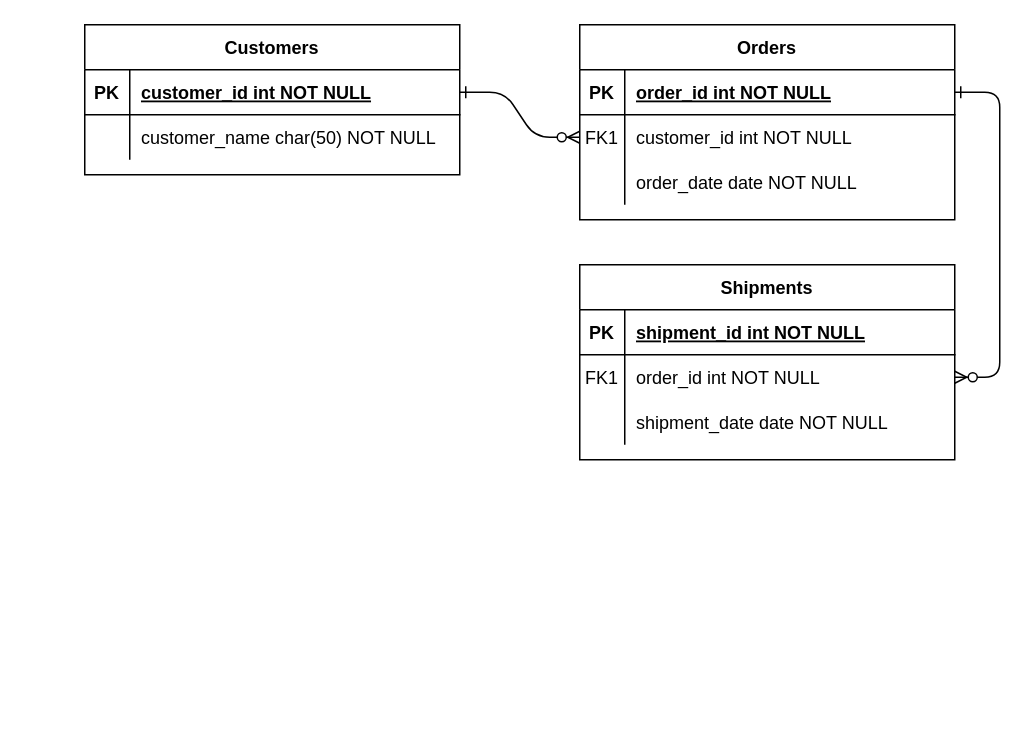
This is src/DB/database/名称未設定ファイル.drawio from y3kh6s03/APPRENTICE_QUEST, a draw.io file, before an edit. Source tidied: cells renumbered, new cells numbered last; positions are measured from the earlier drawing's top-left corner, leaving out a move shared by most shapes. Both pictures are drawn from the tidied source at 150%, with x=0, y=0 at pixel (84, 24).
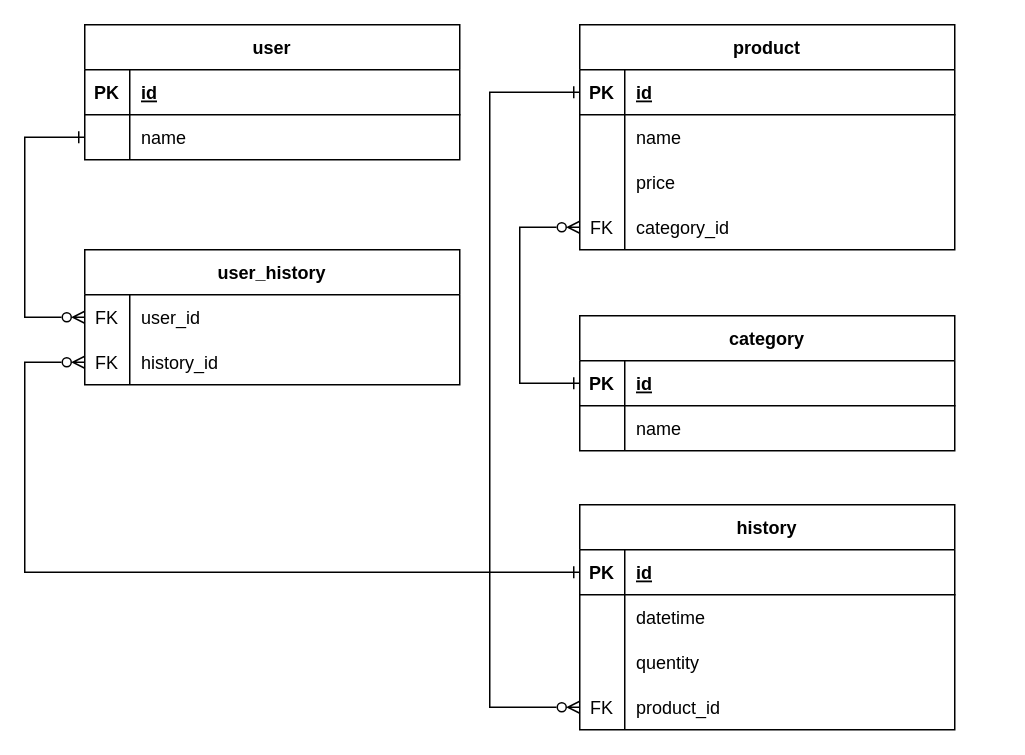
The same page after the edit.

Commit message:
ec_er.drawio を更新します

Unchanged cells that the change refers to:
```xml
<mxCell id="5" style="shape=partialRectangle;fillColor=none;points=[[0,0.5],[1,0.5]];portConstraint=eastwest;top=0;left=0;right=0;bottom=1;" parent="4" vertex="1">
  <mxGeometry y="30" width="250" height="30" as="geometry" />
</mxCell>
<mxCell id="8" style="shape=partialRectangle;fillColor=none;points=[[0,0.5],[1,0.5]];portConstraint=eastwest;top=0;left=0;right=0;bottom=0;" parent="4" vertex="1">
  <mxGeometry y="60" width="250" height="30" as="geometry" />
</mxCell>
<mxCell id="11" style="shape=partialRectangle;fillColor=none;top=0;left=0;right=0;bottom=0;" parent="4" vertex="1">
  <mxGeometry y="90" width="250" height="30" as="geometry" />
</mxCell>
<mxCell id="15" style="shape=partialRectangle;fillColor=none;points=[[0,0.5],[1,0.5]];portConstraint=eastwest;top=0;left=0;right=0;bottom=1;" parent="14" vertex="1">
  <mxGeometry y="30" width="250" height="30" as="geometry" />
</mxCell>
<mxCell id="18" style="shape=partialRectangle;fillColor=none;points=[[0,0.5],[1,0.5]];portConstraint=eastwest;top=0;left=0;right=0;bottom=0;" parent="14" vertex="1">
  <mxGeometry y="60" width="250" height="30" as="geometry" />
</mxCell>
<mxCell id="25" style="shape=partialRectangle;fillColor=none;points=[[0,0.5],[1,0.5]];portConstraint=eastwest;top=0;left=0;right=0;bottom=1;" parent="24" vertex="1">
  <mxGeometry y="30" width="250" height="30" as="geometry" />
</mxCell>
<mxCell id="28" style="shape=partialRectangle;fillColor=none;top=0;left=0;right=0;bottom=0;" parent="24" vertex="1">
  <mxGeometry y="60" width="250" height="30" as="geometry" />
</mxCell>
```

Change to the diagram source:
```diff
@@
-    <mxCell id="2" style="edgeStyle=entityRelationEdgeStyle;endArrow=ERzeroToMany;startArrow=ERone;endFill=1;startFill=0;" parent="1" edge="1" source="25" target="8">
-      <mxGeometry relative="1" as="geometry" />
-    </mxCell>
-    <mxCell id="3" style="edgeStyle=entityRelationEdgeStyle;endArrow=ERzeroToMany;startArrow=ERone;endFill=1;startFill=0;" parent="1" edge="1" source="5" target="18">
-      <mxGeometry relative="1" as="geometry" />
-    </mxCell>
-    <mxCell id="4" value="Orders" style="shape=table;startSize=30;childLayout=tableLayout;rowLines=0;fontStyle=1;align=center;" parent="1" vertex="1">
-      <mxGeometry x="330" width="250" height="130" as="geometry" />
+    <mxCell id="4" value="product" style="shape=table;startSize=30;childLayout=tableLayout;rowLines=0;fontStyle=1;align=center;" parent="1" vertex="1">
+      <mxGeometry x="330" width="250" height="150" as="geometry" />
     </mxCell>
@@
-    <mxCell id="7" value="order_id int NOT NULL " style="shape=partialRectangle;overflow=hidden;fillColor=none;top=0;left=0;bottom=0;right=0;align=left;spacingLeft=6;fontStyle=5;" parent="5" vertex="1">
+    <mxCell id="7" value="id" style="shape=partialRectangle;overflow=hidden;fillColor=none;top=0;left=0;bottom=0;right=0;align=left;spacingLeft=6;fontStyle=5;" parent="5" vertex="1">
       <mxGeometry x="30" width="220" height="30" as="geometry" />
     </mxCell>
@@
-    <mxCell id="9" value="FK1" style="shape=partialRectangle;overflow=hidden;fillColor=none;top=0;left=0;bottom=0;right=0;" parent="8" vertex="1">
+    <mxCell id="9" style="shape=partialRectangle;overflow=hidden;fillColor=none;top=0;left=0;bottom=0;right=0;" parent="8" vertex="1">
       <mxGeometry width="30" height="30" as="geometry" />
     </mxCell>
-    <mxCell id="10" value="customer_id int NOT NULL" style="shape=partialRectangle;overflow=hidden;fillColor=none;top=0;left=0;bottom=0;right=0;align=left;spacingLeft=6;" parent="8" vertex="1">
+    <mxCell id="10" value="name" style="shape=partialRectangle;overflow=hidden;fillColor=none;top=0;left=0;bottom=0;right=0;align=left;spacingLeft=6;" parent="8" vertex="1">
       <mxGeometry x="30" width="220" height="30" as="geometry" />
     </mxCell>
@@
-    <mxCell id="13" value="order_date date NOT NULL" style="shape=partialRectangle;overflow=hidden;fillColor=none;top=0;left=0;bottom=0;right=0;align=left;spacingLeft=6;" parent="11" vertex="1">
+    <mxCell id="13" value="price" style="shape=partialRectangle;overflow=hidden;fillColor=none;top=0;left=0;bottom=0;right=0;align=left;spacingLeft=6;" parent="11" vertex="1">
       <mxGeometry x="30" width="220" height="30" as="geometry" />
     </mxCell>
+    <mxCell id="31" style="shape=partialRectangle;fillColor=none;points=[[0,0.5],[1,0.5]];portConstraint=eastwest;top=0;left=0;right=0;bottom=0;" parent="4" vertex="1">
+      <mxGeometry y="120" width="250" height="30" as="geometry" />
+    </mxCell>
+    <mxCell id="32" value="FK" style="shape=partialRectangle;overflow=hidden;fillColor=none;top=0;left=0;bottom=0;right=0;" parent="31" vertex="1">
+      <mxGeometry width="30" height="30" as="geometry" />
+    </mxCell>
+    <mxCell id="33" value="category_id" style="shape=partialRectangle;overflow=hidden;fillColor=none;top=0;left=0;bottom=0;right=0;align=left;spacingLeft=6;" parent="31" vertex="1">
+      <mxGeometry x="30" width="220" height="30" as="geometry" />
+    </mxCell>
-    <mxCell id="14" value="Shipments" style="shape=table;startSize=30;childLayout=tableLayout;rowLines=0;fontStyle=1;align=center;" parent="1" vertex="1">
-      <mxGeometry x="330" y="160" width="250" height="130" as="geometry" />
+    <mxCell id="14" value="category" style="shape=table;startSize=30;childLayout=tableLayout;rowLines=0;fontStyle=1;align=center;" parent="1" vertex="1">
+      <mxGeometry x="330" y="194" width="250" height="90" as="geometry" />
     </mxCell>
@@
-    <mxCell id="17" value="shipment_id int NOT NULL " style="shape=partialRectangle;overflow=hidden;fillColor=none;top=0;left=0;bottom=0;right=0;align=left;spacingLeft=6;fontStyle=5;" parent="15" vertex="1">
+    <mxCell id="17" value="id" style="shape=partialRectangle;overflow=hidden;fillColor=none;top=0;left=0;bottom=0;right=0;align=left;spacingLeft=6;fontStyle=5;" parent="15" vertex="1">
       <mxGeometry x="30" width="220" height="30" as="geometry" />
     </mxCell>
@@
-    <mxCell id="19" value="FK1" style="shape=partialRectangle;overflow=hidden;fillColor=none;top=0;left=0;bottom=0;right=0;" parent="18" vertex="1">
+    <mxCell id="19" style="shape=partialRectangle;overflow=hidden;fillColor=none;top=0;left=0;bottom=0;right=0;" parent="18" vertex="1">
       <mxGeometry width="30" height="30" as="geometry" />
     </mxCell>
-    <mxCell id="20" value="order_id int NOT NULL" style="shape=partialRectangle;overflow=hidden;fillColor=none;top=0;left=0;bottom=0;right=0;align=left;spacingLeft=6;" parent="18" vertex="1">
+    <mxCell id="20" value="name" style="shape=partialRectangle;overflow=hidden;fillColor=none;top=0;left=0;bottom=0;right=0;align=left;spacingLeft=6;" parent="18" vertex="1">
       <mxGeometry x="30" width="220" height="30" as="geometry" />
     </mxCell>
-    <mxCell id="21" style="shape=partialRectangle;fillColor=none;top=0;left=0;right=0;bottom=0;" parent="14" vertex="1">
-      <mxGeometry y="90" width="250" height="30" as="geometry" />
-    </mxCell>
-    <mxCell id="22" style="shape=partialRectangle;overflow=hidden;fillColor=none;top=0;left=0;bottom=0;right=0;" parent="21" vertex="1">
-      <mxGeometry width="30" height="30" as="geometry" />
-    </mxCell>
-    <mxCell id="23" value="shipment_date date NOT NULL" style="shape=partialRectangle;overflow=hidden;fillColor=none;top=0;left=0;bottom=0;right=0;align=left;spacingLeft=6;" parent="21" vertex="1">
-      <mxGeometry x="30" width="220" height="30" as="geometry" />
-    </mxCell>
-    <mxCell id="24" value="Customers" style="shape=table;startSize=30;childLayout=tableLayout;rowLines=0;fontStyle=1;align=center;" parent="1" vertex="1">
-      <mxGeometry width="250" height="100" as="geometry" />
+    <mxCell id="24" value="user" style="shape=table;startSize=30;childLayout=tableLayout;rowLines=0;fontStyle=1;align=center;" parent="1" vertex="1">
+      <mxGeometry width="250" height="90" as="geometry" />
     </mxCell>
@@
-    <mxCell id="27" value="customer_id int NOT NULL " style="shape=partialRectangle;overflow=hidden;fillColor=none;top=0;left=0;bottom=0;right=0;align=left;spacingLeft=6;fontStyle=5;" parent="25" vertex="1">
+    <mxCell id="27" value="id" style="shape=partialRectangle;overflow=hidden;fillColor=none;top=0;left=0;bottom=0;right=0;align=left;spacingLeft=6;fontStyle=5;" parent="25" vertex="1">
       <mxGeometry x="30" width="220" height="30" as="geometry" />
     </mxCell>
@@
-    <mxCell id="30" value="customer_name char(50) NOT NULL" style="shape=partialRectangle;overflow=hidden;fillColor=none;top=0;left=0;bottom=0;right=0;align=left;spacingLeft=6;" parent="28" vertex="1">
+    <mxCell id="30" value="name" style="shape=partialRectangle;overflow=hidden;fillColor=none;top=0;left=0;bottom=0;right=0;align=left;spacingLeft=6;" parent="28" vertex="1">
       <mxGeometry x="30" width="220" height="30" as="geometry" />
     </mxCell>
+    <mxCell id="34" value="history" style="shape=table;startSize=30;childLayout=tableLayout;rowLines=0;fontStyle=1;align=center;" parent="1" vertex="1">
+      <mxGeometry x="330" y="320" width="250" height="150" as="geometry" />
+    </mxCell>
+    <mxCell id="35" style="shape=partialRectangle;fillColor=none;points=[[0,0.5],[1,0.5]];portConstraint=eastwest;top=0;left=0;right=0;bottom=1;" parent="34" vertex="1">
+      <mxGeometry y="30" width="250" height="30" as="geometry" />
+    </mxCell>
+    <mxCell id="36" value="PK" style="shape=partialRectangle;overflow=hidden;fillColor=none;top=0;left=0;bottom=0;right=0;fontStyle=1;" parent="35" vertex="1">
+      <mxGeometry width="30" height="30" as="geometry" />
+    </mxCell>
+    <mxCell id="37" value="id" style="shape=partialRectangle;overflow=hidden;fillColor=none;top=0;left=0;bottom=0;right=0;align=left;spacingLeft=6;fontStyle=5;" parent="35" vertex="1">
+      <mxGeometry x="30" width="220" height="30" as="geometry" />
+    </mxCell>
+    <mxCell id="38" style="shape=partialRectangle;fillColor=none;top=0;left=0;right=0;bottom=0;" parent="34" vertex="1">
+      <mxGeometry y="60" width="250" height="30" as="geometry" />
+    </mxCell>
+    <mxCell id="39" style="shape=partialRectangle;overflow=hidden;fillColor=none;top=0;left=0;bottom=0;right=0;" parent="38" vertex="1">
+      <mxGeometry width="30" height="30" as="geometry" />
+    </mxCell>
+    <mxCell id="40" value="datetime" style="shape=partialRectangle;overflow=hidden;fillColor=none;top=0;left=0;bottom=0;right=0;align=left;spacingLeft=6;" parent="38" vertex="1">
+      <mxGeometry x="30" width="220" height="30" as="geometry" />
+    </mxCell>
+    <mxCell id="21" style="shape=partialRectangle;fillColor=none;top=0;left=0;right=0;bottom=0;" parent="34" vertex="1">
+      <mxGeometry y="90" width="250" height="30" as="geometry" />
+    </mxCell>
+    <mxCell id="41" style="shape=partialRectangle;overflow=hidden;fillColor=none;top=0;left=0;bottom=0;right=0;" parent="21" vertex="1">
+      <mxGeometry width="30" height="30" as="geometry" />
+    </mxCell>
+    <mxCell id="42" value="quentity" style="shape=partialRectangle;overflow=hidden;fillColor=none;top=0;left=0;bottom=0;right=0;align=left;spacingLeft=6;" parent="21" vertex="1">
+      <mxGeometry x="30" width="220" height="30" as="geometry" />
+    </mxCell>
+    <mxCell id="43" style="shape=partialRectangle;fillColor=none;top=0;left=0;right=0;bottom=0;" parent="34" vertex="1">
+      <mxGeometry y="120" width="250" height="30" as="geometry" />
+    </mxCell>
+    <mxCell id="44" value="FK" style="shape=partialRectangle;overflow=hidden;fillColor=none;top=0;left=0;bottom=0;right=0;" parent="43" vertex="1">
+      <mxGeometry width="30" height="30" as="geometry" />
+    </mxCell>
+    <mxCell id="45" value="product_id" style="shape=partialRectangle;overflow=hidden;fillColor=none;top=0;left=0;bottom=0;right=0;align=left;spacingLeft=6;" parent="43" vertex="1">
+      <mxGeometry x="30" width="220" height="30" as="geometry" />
+    </mxCell>
+    <mxCell id="46" value="user_history" style="shape=table;startSize=30;childLayout=tableLayout;rowLines=0;fontStyle=1;align=center;" parent="1" vertex="1">
+      <mxGeometry y="150" width="250" height="90" as="geometry" />
+    </mxCell>
+    <mxCell id="47" style="shape=partialRectangle;fillColor=none;points=[[0,0.5],[1,0.5]];portConstraint=eastwest;top=0;left=0;right=0;bottom=0;" parent="46" vertex="1">
+      <mxGeometry y="30" width="250" height="30" as="geometry" />
+    </mxCell>
+    <mxCell id="48" value="FK" style="shape=partialRectangle;overflow=hidden;fillColor=none;top=0;left=0;bottom=0;right=0;" parent="47" vertex="1">
+      <mxGeometry width="30" height="30" as="geometry" />
+    </mxCell>
+    <mxCell id="49" value="user_id" style="shape=partialRectangle;overflow=hidden;fillColor=none;top=0;left=0;bottom=0;right=0;align=left;spacingLeft=6;" parent="47" vertex="1">
+      <mxGeometry x="30" width="220" height="30" as="geometry" />
+    </mxCell>
+    <mxCell id="50" style="shape=partialRectangle;fillColor=none;points=[[0,0.5],[1,0.5]];portConstraint=eastwest;top=0;left=0;right=0;bottom=0;" parent="46" vertex="1">
+      <mxGeometry y="60" width="250" height="30" as="geometry" />
+    </mxCell>
+    <mxCell id="51" value="FK" style="shape=partialRectangle;overflow=hidden;fillColor=none;top=0;left=0;bottom=0;right=0;" parent="50" vertex="1">
+      <mxGeometry width="30" height="30" as="geometry" />
+    </mxCell>
+    <mxCell id="52" value="history_id" style="shape=partialRectangle;overflow=hidden;fillColor=none;top=0;left=0;bottom=0;right=0;align=left;spacingLeft=6;" parent="50" vertex="1">
+      <mxGeometry x="30" width="220" height="30" as="geometry" />
+    </mxCell>
+    <mxCell id="53" style="endArrow=ERone;html=1;rounded=0;exitX=0;exitY=0.5;exitDx=0;exitDy=0;startArrow=ERzeroToMany;startFill=0;endFill=0;" parent="1" edge="1" source="47">
+      <mxGeometry relative="1" as="geometry">
+        <mxPoint y="75" as="targetPoint" />
+        <Array as="points">
+          <mxPoint x="-40" y="195" />
+          <mxPoint x="-40" y="75" />
+        </Array>
+      </mxGeometry>
+    </mxCell>
+    <mxCell id="54" style="endArrow=ERzeroToMany;html=1;rounded=0;entryX=0;entryY=0.5;entryDx=0;entryDy=0;exitX=0;exitY=0.5;exitDx=0;exitDy=0;startArrow=ERone;startFill=0;endFill=0;" parent="1" edge="1" source="15" target="31">
+      <mxGeometry relative="1" as="geometry">
+        <Array as="points">
+          <mxPoint x="290" y="239" />
+          <mxPoint x="290" y="135" />
+        </Array>
+      </mxGeometry>
+    </mxCell>
+    <mxCell id="55" style="endArrow=ERzeroToMany;html=1;rounded=0;entryX=0;entryY=0.5;entryDx=0;entryDy=0;exitX=0;exitY=0.5;exitDx=0;exitDy=0;endFill=0;startArrow=ERone;startFill=0;" parent="1" edge="1" source="5">
+      <mxGeometry relative="1" as="geometry">
+        <mxPoint x="330" y="455" as="targetPoint" />
+        <Array as="points">
+          <mxPoint x="270" y="45" />
+          <mxPoint x="270" y="240" />
+          <mxPoint x="270" y="455" />
+        </Array>
+      </mxGeometry>
+    </mxCell>
+    <mxCell id="56" style="endArrow=ERone;html=1;rounded=0;exitX=0;exitY=0.5;exitDx=0;exitDy=0;entryX=0;entryY=0.5;entryDx=0;entryDy=0;startArrow=ERzeroToMany;startFill=0;endFill=0;" parent="1" edge="1" source="50" target="35">
+      <mxGeometry relative="1" as="geometry">
+        <Array as="points">
+          <mxPoint x="-40" y="225" />
+          <mxPoint x="-40" y="365" />
+        </Array>
+      </mxGeometry>
+    </mxCell>
```
